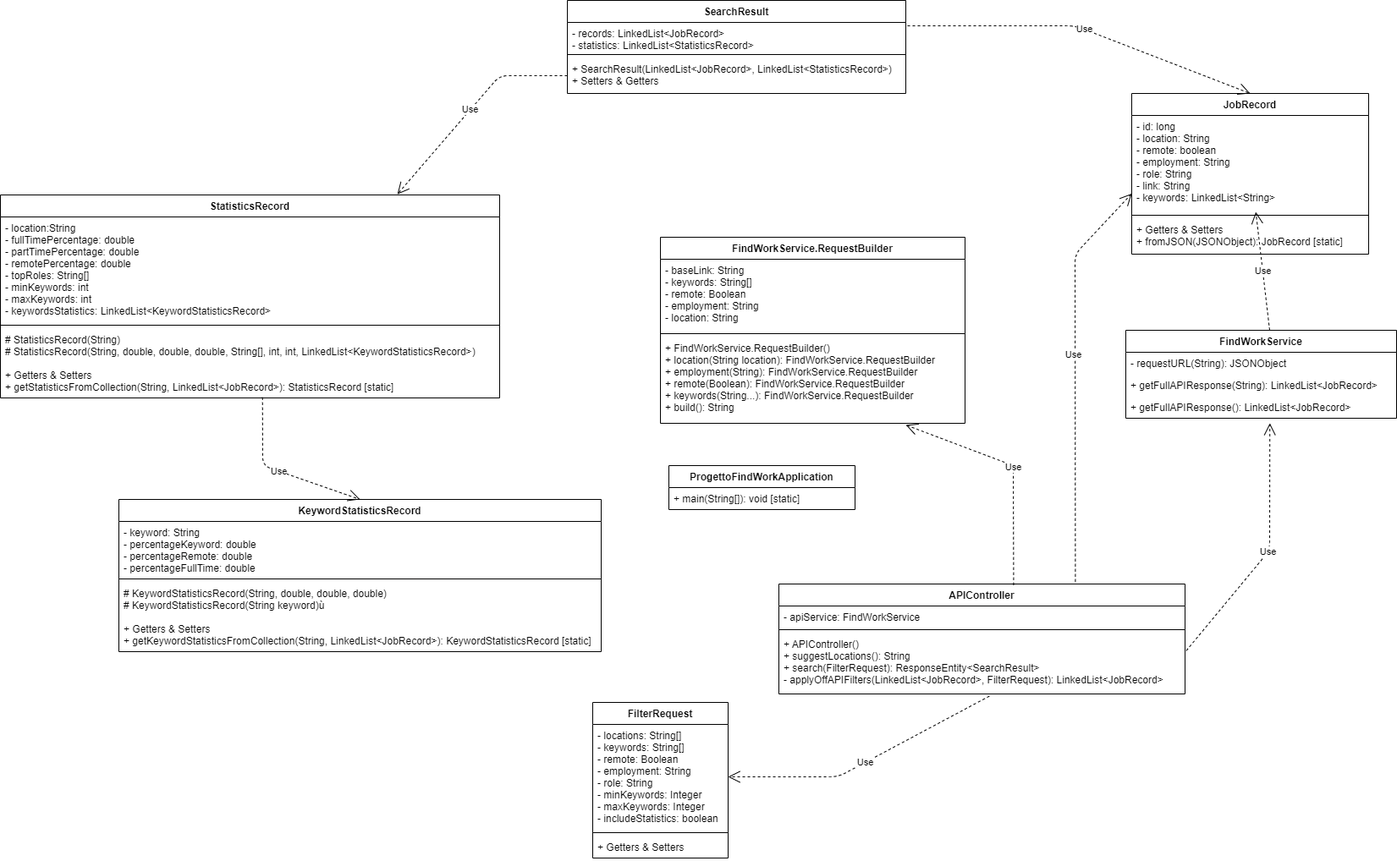
Before: uml/class-diagram.png, a diagram exported from draw.io (adelioA/Programmazione-Oggetti). Source tidied: cells renumbered, new cells last; positions are measured from the earlier drawing's top-left corner, leaving out a move shared by most shapes.
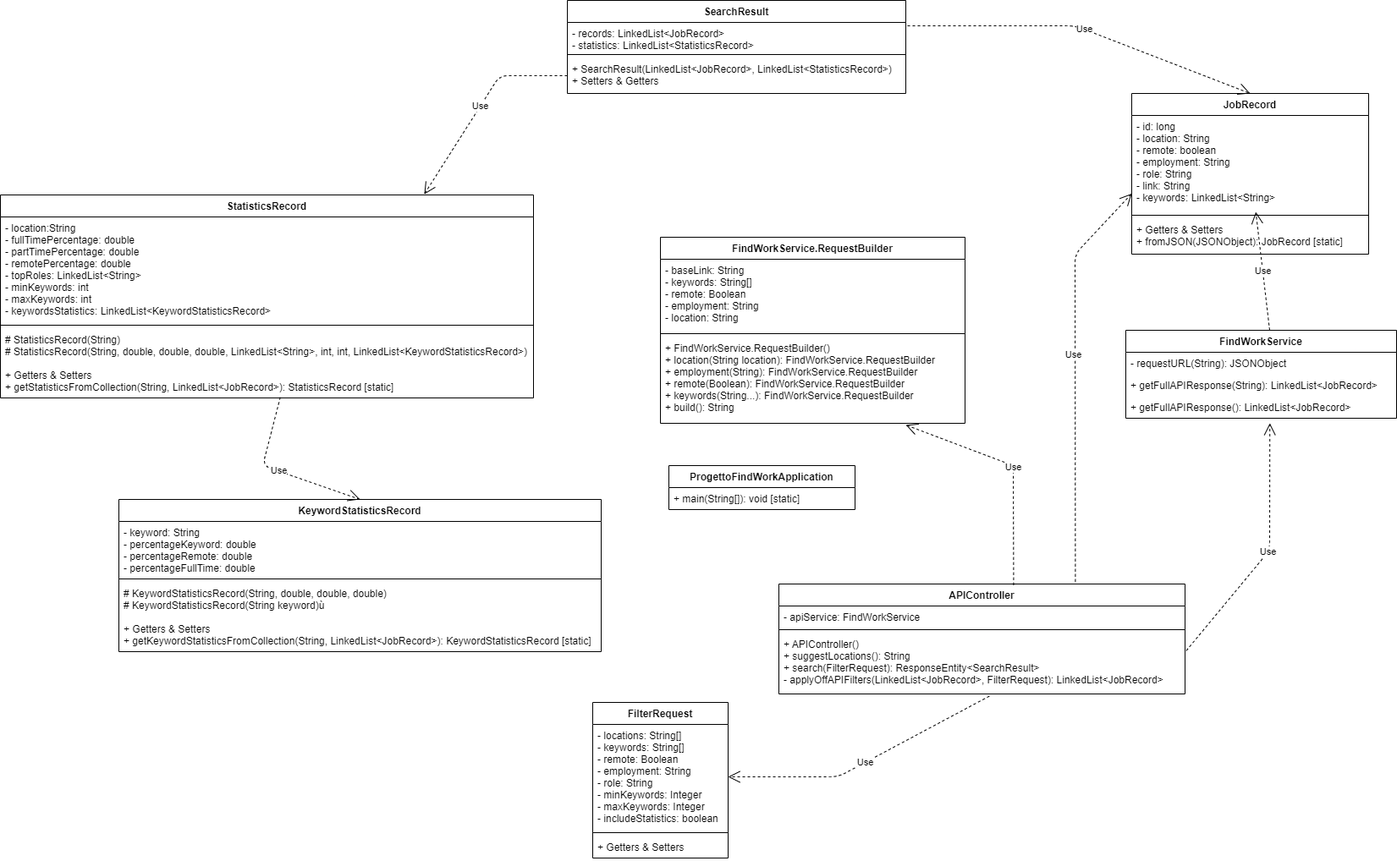
After the commit.

Change to the diagram source:
```diff
@@ -80,16 +80,16 @@
       <mxGeometry y="148" width="280" height="42" as="geometry" />
     </mxCell>
     <mxCell id="27" value="StatisticsRecord" style="swimlane;fontStyle=1;align=center;verticalAlign=top;horizontal=1;startSize=26;" parent="1" vertex="1">
-      <mxGeometry y="230" width="590" height="240" as="geometry" />
+      <mxGeometry y="230" width="630" height="240" as="geometry" />
     </mxCell>
-    <mxCell id="28" value="- location:String&#10;&#9;- fullTimePercentage: double&#10;&#9;- partTimePercentage: double&#10;&#9;- remotePercentage: double&#10;&#9;- topRoles: String[]&#10;&#9;- minKeywords: int&#10;&#9;- maxKeywords: int&#10;&#9;- keywordsStatistics: LinkedList&lt;KeywordStatisticsRecord&gt;" style="text;strokeColor=none;fillColor=none;align=left;verticalAlign=top;spacingLeft=4;spacingRight=4;overflow=hidden;" parent="27" vertex="1">
-      <mxGeometry y="26" width="590" height="124" as="geometry" />
+    <mxCell id="28" value="- location:String&#10;&#9;- fullTimePercentage: double&#10;&#9;- partTimePercentage: double&#10;&#9;- remotePercentage: double&#10;&#9;- topRoles: LinkedList&lt;String&gt;&#10;&#9;- minKeywords: int&#10;&#9;- maxKeywords: int&#10;&#9;- keywordsStatistics: LinkedList&lt;KeywordStatisticsRecord&gt;" style="text;strokeColor=none;fillColor=none;align=left;verticalAlign=top;spacingLeft=4;spacingRight=4;overflow=hidden;" parent="27" vertex="1">
+      <mxGeometry y="26" width="630" height="124" as="geometry" />
     </mxCell>
     <mxCell id="29" style="line;strokeWidth=1;fillColor=none;align=left;verticalAlign=middle;spacingTop=-1;spacingLeft=3;spacingRight=3;labelPosition=right;" parent="27" vertex="1">
-      <mxGeometry y="150" width="590" height="8" as="geometry" />
+      <mxGeometry y="150" width="630" height="8" as="geometry" />
     </mxCell>
-    <mxCell id="30" value="# StatisticsRecord(String)&#10;# StatisticsRecord(String, double, double, double, String[], int, int, LinkedList&lt;KeywordStatisticsRecord&gt;)&#10;&#10;+ Getters &amp; Setters&#10;+ getStatisticsFromCollection(String, LinkedList&lt;JobRecord&gt;): StatisticsRecord [static]" style="text;strokeColor=none;fillColor=none;align=left;verticalAlign=top;spacingLeft=4;spacingRight=4;overflow=hidden;points=[[0,0.5],[1,0.5]];portConstraint=eastwest;" parent="27" vertex="1">
-      <mxGeometry y="158" width="590" height="82" as="geometry" />
+    <mxCell id="30" value="# StatisticsRecord(String)&#10;# StatisticsRecord(String, double, double, double, LinkedList&lt;String&gt;, int, int, LinkedList&lt;KeywordStatisticsRecord&gt;)&#10;&#10;+ Getters &amp; Setters&#10;+ getStatisticsFromCollection(String, LinkedList&lt;JobRecord&gt;): StatisticsRecord [static]" style="text;strokeColor=none;fillColor=none;align=left;verticalAlign=top;spacingLeft=4;spacingRight=4;overflow=hidden;points=[[0,0.5],[1,0.5]];portConstraint=eastwest;" parent="27" vertex="1">
+      <mxGeometry y="158" width="630" height="82" as="geometry" />
     </mxCell>
     <mxCell id="31" value="KeywordStatisticsRecord" style="swimlane;fontStyle=1;align=center;verticalAlign=top;horizontal=1;startSize=26;" parent="1" vertex="1">
       <mxGeometry x="140" y="590" width="570" height="180" as="geometry" />
```
